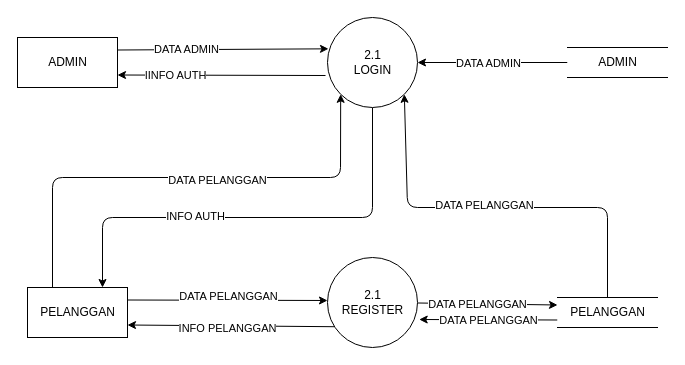
Earlier version of the draw.io diagram page "DAD 2 PROSES 2" (5 of 8) of schemas/architectureS.drawio (xcodediehard/project_guruh). Source tidied: cells renumbered, new cells numbered last; positions are measured from the earlier drawing's top-left corner, leaving out a move shared by most shapes. Both pictures are drawn from the tidied source at 100%, with x=0, y=0 at pixel (17, 17).
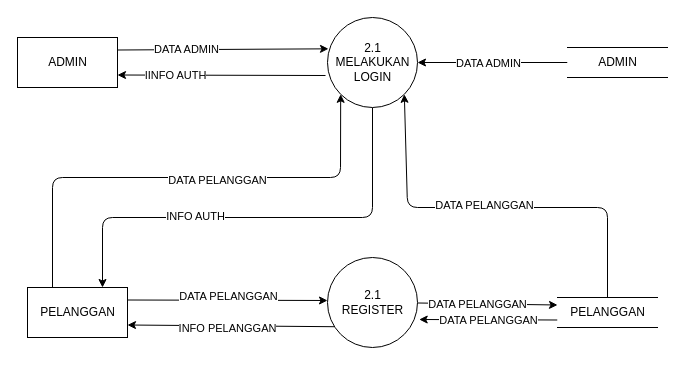
After the change.

Change to the diagram source:
```diff
@@
-    <mxCell id="6" value="2.1&lt;br&gt;LOGIN" style="shape=ellipse;html=1;dashed=0;whitespace=wrap;perimeter=ellipsePerimeter;" parent="1" vertex="1">
+    <mxCell id="6" value="2.1&lt;br&gt;MELAKUKAN&lt;br&gt;LOGIN" style="shape=ellipse;html=1;dashed=0;whitespace=wrap;perimeter=ellipsePerimeter;" parent="1" vertex="1">
       <mxGeometry x="310" width="90" height="90" as="geometry" />
     </mxCell>
```
